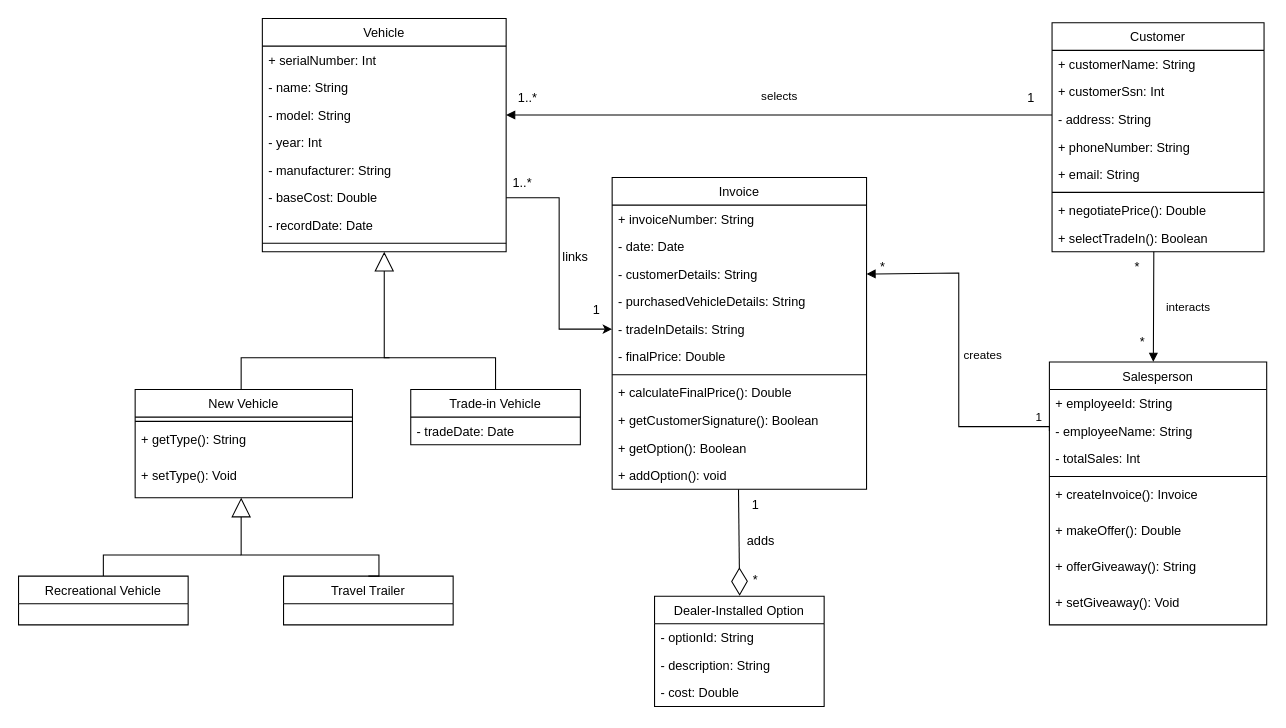
This is Untitled Diagram.drawio from LarryChenCode/IS7020_diagrams, a draw.io file, before an edit. Source tidied: cells renumbered, new cells numbered last; positions are measured from the earlier drawing's top-left corner, leaving out a move shared by most shapes. Both pictures are drawn from the tidied source at 106%, with x=0, y=0 at pixel (18, 18).
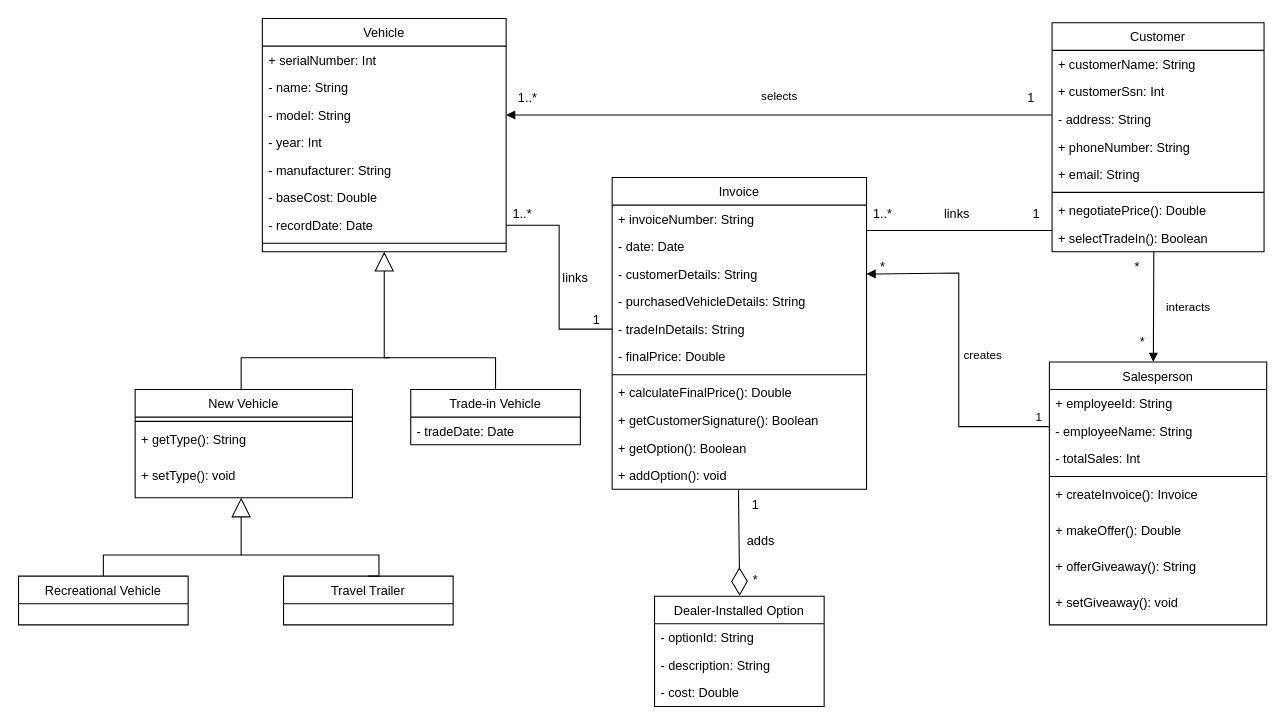
The same diagram, later.

The change refers to these unchanged cells:
```xml
<mxCell id="8" value="- baseCost: Double" style="text;align=left;verticalAlign=top;spacingLeft=4;spacingRight=4;overflow=hidden;points=[[0,0.5],[1,0.5]];portConstraint=eastwest;rounded=0;shadow=0;html=0;" parent="2" vertex="1">
  <mxGeometry y="156" width="230" height="26" as="geometry" />
</mxCell>
<mxCell id="9" value="- recordDate: Date" style="text;align=left;verticalAlign=top;spacingLeft=4;spacingRight=4;overflow=hidden;points=[[0,0.5],[1,0.5]];portConstraint=eastwest;rounded=0;shadow=0;html=0;" parent="2" vertex="1">
  <mxGeometry y="182" width="230" height="26" as="geometry" />
</mxCell>
<mxCell id="11" value="Salesperson" style="swimlane;fontStyle=0;align=center;verticalAlign=top;horizontal=1;startSize=26;rounded=0;shadow=0;strokeWidth=1;" parent="1" vertex="1">
  <mxGeometry x="972.5" y="324" width="205" height="248" as="geometry" />
</mxCell>
<mxCell id="25" value="- tradeInDetails: String" style="text;align=left;verticalAlign=top;spacingLeft=4;spacingRight=4;overflow=hidden;points=[[0,0.5],[1,0.5]];portConstraint=eastwest;" parent="20" vertex="1">
  <mxGeometry y="130" width="240" height="26" as="geometry" />
</mxCell>
<mxCell id="61" value="New Vehicle" style="swimlane;fontStyle=0;align=center;verticalAlign=top;horizontal=1;startSize=26;rounded=0;shadow=0;strokeWidth=1;" parent="1" vertex="1">
  <mxGeometry x="110" y="350" width="205" height="102" as="geometry" />
</mxCell>
```

Change to the diagram source:
```diff
@@
-    <mxCell id="19" value="+ setGiveaway(): Void" style="text;align=left;verticalAlign=top;spacingLeft=4;spacingRight=4;overflow=hidden;fontStyle=0;" parent="11" vertex="1">
+    <mxCell id="19" value="+ setGiveaway(): void" style="text;align=left;verticalAlign=top;spacingLeft=4;spacingRight=4;overflow=hidden;fontStyle=0;" parent="11" vertex="1">
       <mxGeometry y="214" width="205" height="34" as="geometry" />
     </mxCell>
@@
-    <mxCell id="55" style="edgeStyle=orthogonalEdgeStyle;rounded=0;jettySize=auto;html=1;exitX=1;exitY=0.5;exitDx=0;exitDy=0;entryX=0;entryY=0.5;entryDx=0;entryDy=0;" parent="1" edge="1" source="8" target="25">
-      <mxGeometry relative="1" as="geometry" />
-    </mxCell>
@@
     <mxCell id="58" value="links" style="text;html=1;align=center;verticalAlign=middle;strokeColor=none;fillColor=none;" parent="1" vertex="1">
-      <mxGeometry x="500" y="210" width="50" height="30" as="geometry" />
+      <mxGeometry x="500" y="230" width="50" height="30" as="geometry" />
     </mxCell>
     <mxCell id="59" value="1..*" style="text;html=1;align=center;verticalAlign=middle;strokeColor=none;fillColor=none;" parent="1" vertex="1">
-      <mxGeometry x="455" y="140" width="40" height="30" as="geometry" />
+      <mxGeometry x="455" y="170" width="40" height="30" as="geometry" />
     </mxCell>
     <mxCell id="60" value="1" style="text;html=1;align=center;verticalAlign=middle;strokeColor=none;fillColor=none;" parent="1" vertex="1">
-      <mxGeometry x="530" y="260" width="30" height="30" as="geometry" />
+      <mxGeometry x="530" y="270" width="30" height="30" as="geometry" />
     </mxCell>
@@
-    <mxCell id="64" value="+ setType(): Void" style="text;align=left;verticalAlign=top;spacingLeft=4;spacingRight=4;overflow=hidden;fontStyle=0;" parent="61" vertex="1">
+    <mxCell id="64" value="+ setType(): void" style="text;align=left;verticalAlign=top;spacingLeft=4;spacingRight=4;overflow=hidden;fontStyle=0;" parent="61" vertex="1">
       <mxGeometry y="68" width="205" height="34" as="geometry" />
     </mxCell>
@@
+    <mxCell id="74" style="endArrow=none;html=1;edgeStyle=orthogonalEdgeStyle;rounded=0;" parent="1" edge="1">
+      <mxGeometry relative="1" as="geometry">
+        <mxPoint x="800" y="200" as="sourcePoint" />
+        <mxPoint x="975" y="200" as="targetPoint" />
+        <Array as="points">
+          <mxPoint x="930" y="200" />
+          <mxPoint x="930" y="200" />
+        </Array>
+      </mxGeometry>
+    </mxCell>
+    <mxCell id="75" value="1..*" style="text;html=1;align=center;verticalAlign=middle;strokeColor=none;fillColor=none;" parent="1" vertex="1">
+      <mxGeometry x="795" y="170" width="40" height="30" as="geometry" />
+    </mxCell>
+    <mxCell id="76" value="1" style="text;html=1;align=center;verticalAlign=middle;strokeColor=none;fillColor=none;" parent="1" vertex="1">
+      <mxGeometry x="945" y="170" width="30" height="30" as="geometry" />
+    </mxCell>
+    <mxCell id="77" value="links" style="text;html=1;align=center;verticalAlign=middle;strokeColor=none;fillColor=none;" parent="1" vertex="1">
+      <mxGeometry x="860" y="170" width="50" height="30" as="geometry" />
+    </mxCell>
+    <mxCell id="78" style="endArrow=none;html=1;edgeStyle=orthogonalEdgeStyle;rounded=0;exitX=1;exitY=0.5;exitDx=0;exitDy=0;entryX=0;entryY=0.5;entryDx=0;entryDy=0;" parent="1" edge="1" source="9" target="25">
+      <mxGeometry relative="1" as="geometry" />
+    </mxCell>
```
